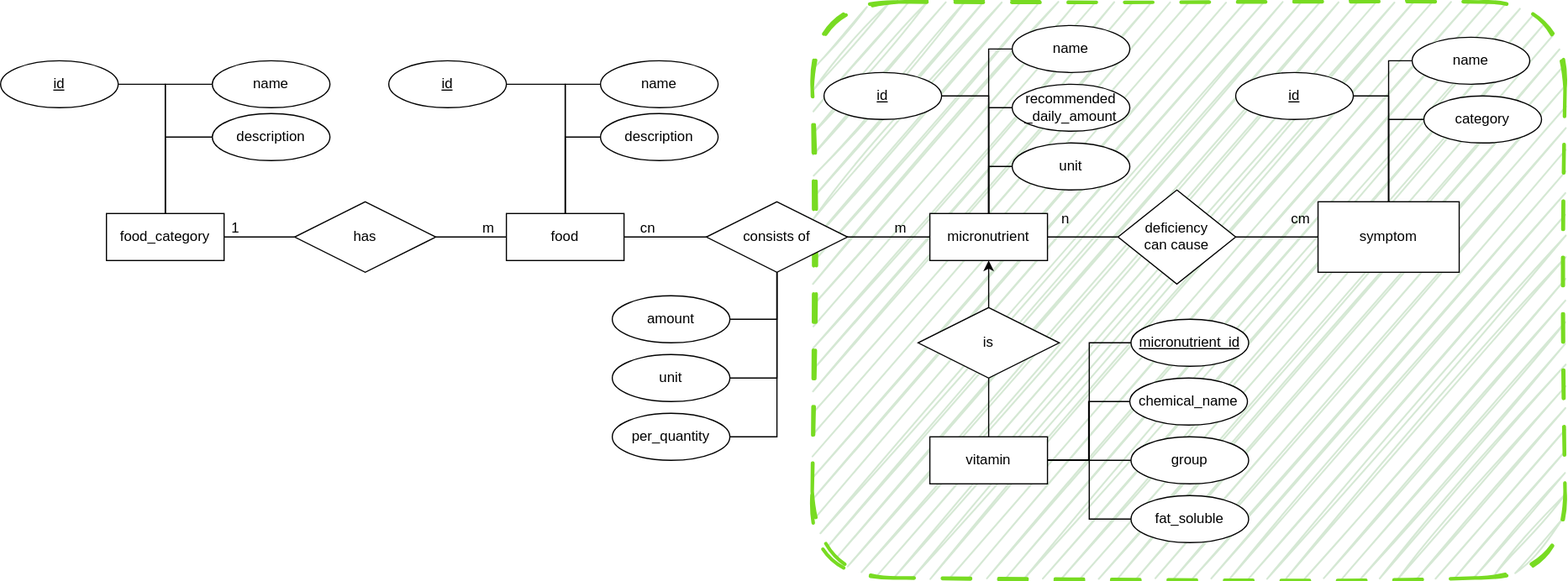
This is assets/data_modelling/micro_nutrition_erm.drawio.svg from taylorPat/micronutrients, a draw.io export, as it was before one commit. Source tidied: cells renumbered, new cells last; positions are measured from the earlier drawing's top-left corner, leaving out a move shared by most shapes. Source of this version:
```xml
<mxGraphModel>
  <root>
    <mxCell id="0" />
    <mxCell id="1" parent="0" />
    <mxCell id="2" style="whiteSpace=wrap;html=1;fillColor=#d5e8d4;dashed=1;dashPattern=8 8;strokeWidth=3;strokeColor=#78DB22;gradientColor=none;glass=0;rounded=1;shadow=0;sketch=1;curveFitting=1;jiggle=2;" parent="1" vertex="1">
      <mxGeometry x="690" width="640" height="490" as="geometry" />
    </mxCell>
    <mxCell id="3" style="edgeStyle=orthogonalEdgeStyle;rounded=0;jettySize=auto;html=1;entryX=0;entryY=0.5;entryDx=0;entryDy=0;endArrow=none;endFill=0;" parent="1" edge="1" source="4" target="13">
      <mxGeometry relative="1" as="geometry" />
    </mxCell>
    <mxCell id="4" value="food" style="whiteSpace=wrap;html=1;align=center;" parent="1" vertex="1">
      <mxGeometry x="430" y="180" width="100" height="40" as="geometry" />
    </mxCell>
    <mxCell id="5" style="edgeStyle=orthogonalEdgeStyle;rounded=0;jettySize=auto;html=1;entryX=0.5;entryY=0;entryDx=0;entryDy=0;exitX=0;exitY=0.5;exitDx=0;exitDy=0;endArrow=none;endFill=0;" parent="1" edge="1" source="6" target="4">
      <mxGeometry relative="1" as="geometry" />
    </mxCell>
    <mxCell id="6" value="name" style="ellipse;whiteSpace=wrap;html=1;align=center;" parent="1" vertex="1">
      <mxGeometry x="510" y="50" width="100" height="40" as="geometry" />
    </mxCell>
    <mxCell id="7" style="edgeStyle=orthogonalEdgeStyle;rounded=0;jettySize=auto;html=1;entryX=0.5;entryY=0;entryDx=0;entryDy=0;exitX=1;exitY=0.5;exitDx=0;exitDy=0;endArrow=none;endFill=0;" parent="1" edge="1" source="8" target="4">
      <mxGeometry relative="1" as="geometry" />
    </mxCell>
    <mxCell id="8" value="id" style="ellipse;whiteSpace=wrap;html=1;align=center;fontStyle=4;" parent="1" vertex="1">
      <mxGeometry x="330" y="50" width="100" height="40" as="geometry" />
    </mxCell>
    <mxCell id="9" style="edgeStyle=orthogonalEdgeStyle;rounded=0;jettySize=auto;html=1;endArrow=none;endFill=0;" parent="1" edge="1" source="10">
      <mxGeometry relative="1" as="geometry">
        <mxPoint x="480" y="180" as="targetPoint" />
      </mxGeometry>
    </mxCell>
    <mxCell id="10" value="description" style="ellipse;whiteSpace=wrap;html=1;align=center;" parent="1" vertex="1">
      <mxGeometry x="510" y="95" width="100" height="40" as="geometry" />
    </mxCell>
    <mxCell id="11" style="edgeStyle=orthogonalEdgeStyle;rounded=0;jettySize=auto;html=1;endArrow=none;endFill=0;" parent="1" edge="1" source="23" target="21">
      <mxGeometry relative="1" as="geometry" />
    </mxCell>
    <mxCell id="12" style="edgeStyle=orthogonalEdgeStyle;rounded=0;jettySize=auto;html=1;endArrow=none;endFill=0;" parent="1" edge="1" source="13" target="55">
      <mxGeometry relative="1" as="geometry" />
    </mxCell>
    <mxCell id="13" value="micronutrient" style="whiteSpace=wrap;html=1;align=center;" parent="1" vertex="1">
      <mxGeometry x="790" y="180" width="100" height="40" as="geometry" />
    </mxCell>
    <mxCell id="14" style="edgeStyle=orthogonalEdgeStyle;rounded=0;jettySize=auto;html=1;exitX=1;exitY=0.5;exitDx=0;exitDy=0;endArrow=none;endFill=0;" parent="1" edge="1" source="15" target="13">
      <mxGeometry relative="1" as="geometry" />
    </mxCell>
    <mxCell id="15" value="id" style="ellipse;whiteSpace=wrap;html=1;align=center;fontStyle=4;" parent="1" vertex="1">
      <mxGeometry x="700" y="60" width="100" height="40" as="geometry" />
    </mxCell>
    <mxCell id="16" style="edgeStyle=orthogonalEdgeStyle;rounded=0;jettySize=auto;html=1;endArrow=none;endFill=0;" parent="1" edge="1" source="17">
      <mxGeometry relative="1" as="geometry">
        <mxPoint x="840" y="180" as="targetPoint" />
      </mxGeometry>
    </mxCell>
    <mxCell id="17" value="name" style="ellipse;whiteSpace=wrap;html=1;align=center;" parent="1" vertex="1">
      <mxGeometry x="860" y="20" width="100" height="40" as="geometry" />
    </mxCell>
    <mxCell id="18" value="m" style="text;html=1;align=center;verticalAlign=middle;strokeColor=none;fillColor=none;" parent="1" vertex="1">
      <mxGeometry x="750" y="178" width="30" height="30" as="geometry" />
    </mxCell>
    <mxCell id="19" value="cn" style="text;html=1;align=center;verticalAlign=middle;strokeColor=none;fillColor=none;" parent="1" vertex="1">
      <mxGeometry x="530" y="178" width="40" height="30" as="geometry" />
    </mxCell>
    <mxCell id="20" value="consists of" style="shape=rhombus;perimeter=rhombusPerimeter;whiteSpace=wrap;html=1;align=center;" parent="1" vertex="1">
      <mxGeometry x="600" y="170" width="120" height="60" as="geometry" />
    </mxCell>
    <mxCell id="21" value="vitamin" style="whiteSpace=wrap;html=1;align=center;" parent="1" vertex="1">
      <mxGeometry x="790" y="370" width="100" height="40" as="geometry" />
    </mxCell>
    <mxCell id="22" style="edgeStyle=orthogonalEdgeStyle;rounded=0;jettySize=auto;html=1;endArrow=none;endFill=0;startArrow=classic;startFill=1;" parent="1" edge="1" source="13" target="23">
      <mxGeometry relative="1" as="geometry" />
    </mxCell>
    <mxCell id="23" value="is" style="shape=rhombus;perimeter=rhombusPerimeter;whiteSpace=wrap;html=1;align=center;" parent="1" vertex="1">
      <mxGeometry x="780" y="260" width="120" height="60" as="geometry" />
    </mxCell>
    <mxCell id="24" style="edgeStyle=orthogonalEdgeStyle;rounded=0;jettySize=auto;html=1;entryX=1;entryY=0.5;entryDx=0;entryDy=0;endArrow=none;endFill=0;" parent="1" edge="1" source="25" target="21">
      <mxGeometry relative="1" as="geometry" />
    </mxCell>
    <mxCell id="25" value="micronutrient_id" style="ellipse;whiteSpace=wrap;html=1;align=center;fontStyle=4;" parent="1" vertex="1">
      <mxGeometry x="961" y="270" width="100" height="40" as="geometry" />
    </mxCell>
    <mxCell id="26" style="edgeStyle=orthogonalEdgeStyle;rounded=0;jettySize=auto;html=1;endArrow=none;endFill=0;entryX=1;entryY=0.5;entryDx=0;entryDy=0;" parent="1" edge="1" source="27" target="21">
      <mxGeometry relative="1" as="geometry" />
    </mxCell>
    <mxCell id="27" value="group" style="ellipse;whiteSpace=wrap;html=1;align=center;" parent="1" vertex="1">
      <mxGeometry x="961" y="370" width="100" height="40" as="geometry" />
    </mxCell>
    <mxCell id="28" style="edgeStyle=orthogonalEdgeStyle;rounded=0;jettySize=auto;html=1;entryX=0.5;entryY=1;entryDx=0;entryDy=0;exitX=1;exitY=0.5;exitDx=0;exitDy=0;endArrow=none;endFill=0;" parent="1" edge="1" source="29" target="20">
      <mxGeometry relative="1" as="geometry" />
    </mxCell>
    <mxCell id="29" value="amount" style="ellipse;whiteSpace=wrap;html=1;align=center;" parent="1" vertex="1">
      <mxGeometry x="520" y="250" width="100" height="40" as="geometry" />
    </mxCell>
    <mxCell id="30" style="edgeStyle=orthogonalEdgeStyle;rounded=0;jettySize=auto;html=1;entryX=0.5;entryY=1;entryDx=0;entryDy=0;exitX=1;exitY=0.5;exitDx=0;exitDy=0;endArrow=none;endFill=0;" parent="1" edge="1" source="31" target="20">
      <mxGeometry relative="1" as="geometry" />
    </mxCell>
    <mxCell id="31" value="unit" style="ellipse;whiteSpace=wrap;html=1;align=center;" parent="1" vertex="1">
      <mxGeometry x="520" y="300" width="100" height="40" as="geometry" />
    </mxCell>
    <mxCell id="32" style="edgeStyle=orthogonalEdgeStyle;rounded=0;jettySize=auto;html=1;entryX=0.5;entryY=1;entryDx=0;entryDy=0;exitX=1;exitY=0.5;exitDx=0;exitDy=0;endArrow=none;endFill=0;" parent="1" edge="1" source="33" target="20">
      <mxGeometry relative="1" as="geometry" />
    </mxCell>
    <mxCell id="33" value="per_quantity" style="ellipse;whiteSpace=wrap;html=1;align=center;" parent="1" vertex="1">
      <mxGeometry x="520" y="350" width="100" height="40" as="geometry" />
    </mxCell>
    <mxCell id="34" style="edgeStyle=orthogonalEdgeStyle;rounded=0;jettySize=auto;html=1;entryX=0;entryY=0.5;entryDx=0;entryDy=0;endArrow=none;endFill=0;" parent="1" edge="1" source="40" target="4">
      <mxGeometry relative="1" as="geometry" />
    </mxCell>
    <mxCell id="35" style="edgeStyle=orthogonalEdgeStyle;rounded=0;jettySize=auto;html=1;entryX=1;entryY=0.5;entryDx=0;entryDy=0;endArrow=none;endFill=0;" parent="1" edge="1" source="36" target="21">
      <mxGeometry relative="1" as="geometry" />
    </mxCell>
    <mxCell id="36" value="chemical_name" style="ellipse;whiteSpace=wrap;html=1;align=center;" parent="1" vertex="1">
      <mxGeometry x="960" y="320" width="100" height="40" as="geometry" />
    </mxCell>
    <mxCell id="37" style="edgeStyle=orthogonalEdgeStyle;rounded=0;jettySize=auto;html=1;entryX=1;entryY=0.5;entryDx=0;entryDy=0;endArrow=none;endFill=0;" parent="1" edge="1" source="38" target="21">
      <mxGeometry relative="1" as="geometry" />
    </mxCell>
    <mxCell id="38" value="fat_soluble" style="ellipse;whiteSpace=wrap;html=1;align=center;" parent="1" vertex="1">
      <mxGeometry x="961" y="420" width="100" height="40" as="geometry" />
    </mxCell>
    <mxCell id="39" style="edgeStyle=orthogonalEdgeStyle;rounded=0;jettySize=auto;html=1;endArrow=none;endFill=0;" parent="1" edge="1" source="40" target="43">
      <mxGeometry relative="1" as="geometry" />
    </mxCell>
    <mxCell id="40" value="has" style="shape=rhombus;perimeter=rhombusPerimeter;whiteSpace=wrap;html=1;align=center;" parent="1" vertex="1">
      <mxGeometry x="250" y="170" width="120" height="60" as="geometry" />
    </mxCell>
    <mxCell id="41" value="1" style="text;html=1;whiteSpace=wrap;strokeColor=none;fillColor=none;align=center;verticalAlign=middle;rounded=0;" parent="1" vertex="1">
      <mxGeometry x="170" y="178" width="60" height="30" as="geometry" />
    </mxCell>
    <mxCell id="42" value="m" style="text;html=1;whiteSpace=wrap;strokeColor=none;fillColor=none;align=center;verticalAlign=middle;rounded=0;" parent="1" vertex="1">
      <mxGeometry x="385" y="178" width="60" height="30" as="geometry" />
    </mxCell>
    <mxCell id="43" value="food_category" style="whiteSpace=wrap;html=1;" parent="1" vertex="1">
      <mxGeometry x="90" y="180" width="100" height="40" as="geometry" />
    </mxCell>
    <mxCell id="44" style="edgeStyle=orthogonalEdgeStyle;rounded=0;jettySize=auto;html=1;entryX=0.5;entryY=0;entryDx=0;entryDy=0;exitX=0;exitY=0.5;exitDx=0;exitDy=0;endArrow=none;endFill=0;" parent="1" edge="1" source="45" target="43">
      <mxGeometry relative="1" as="geometry" />
    </mxCell>
    <mxCell id="45" value="name" style="ellipse;whiteSpace=wrap;html=1;align=center;" parent="1" vertex="1">
      <mxGeometry x="180" y="50" width="100" height="40" as="geometry" />
    </mxCell>
    <mxCell id="46" style="edgeStyle=orthogonalEdgeStyle;rounded=0;jettySize=auto;html=1;exitX=1;exitY=0.5;exitDx=0;exitDy=0;endArrow=none;endFill=0;" parent="1" edge="1" source="47" target="43">
      <mxGeometry relative="1" as="geometry" />
    </mxCell>
    <mxCell id="47" value="id" style="ellipse;whiteSpace=wrap;html=1;align=center;fontStyle=4;" parent="1" vertex="1">
      <mxGeometry y="50" width="100" height="40" as="geometry" />
    </mxCell>
    <mxCell id="48" style="edgeStyle=orthogonalEdgeStyle;rounded=0;jettySize=auto;html=1;exitX=0;exitY=0.5;exitDx=0;exitDy=0;endArrow=none;endFill=0;" parent="1" edge="1" source="49" target="43">
      <mxGeometry relative="1" as="geometry" />
    </mxCell>
    <mxCell id="49" value="description" style="ellipse;whiteSpace=wrap;html=1;align=center;" parent="1" vertex="1">
      <mxGeometry x="180" y="95" width="100" height="40" as="geometry" />
    </mxCell>
    <mxCell id="50" style="edgeStyle=orthogonalEdgeStyle;rounded=0;jettySize=auto;html=1;entryX=0.5;entryY=0;entryDx=0;entryDy=0;exitX=0;exitY=0.5;exitDx=0;exitDy=0;endArrow=none;endFill=0;" parent="1" edge="1" source="51" target="13">
      <mxGeometry relative="1" as="geometry" />
    </mxCell>
    <mxCell id="51" value="recommended&lt;br&gt;_daily_amount" style="ellipse;whiteSpace=wrap;html=1;align=center;" parent="1" vertex="1">
      <mxGeometry x="860" y="70" width="100" height="40" as="geometry" />
    </mxCell>
    <mxCell id="52" style="edgeStyle=orthogonalEdgeStyle;rounded=0;jettySize=auto;html=1;entryX=0.5;entryY=0;entryDx=0;entryDy=0;exitX=0;exitY=0.5;exitDx=0;exitDy=0;endArrow=none;endFill=0;" parent="1" edge="1" source="53" target="13">
      <mxGeometry relative="1" as="geometry" />
    </mxCell>
    <mxCell id="53" value="unit" style="ellipse;whiteSpace=wrap;html=1;align=center;" parent="1" vertex="1">
      <mxGeometry x="860" y="120" width="100" height="40" as="geometry" />
    </mxCell>
    <mxCell id="54" style="edgeStyle=orthogonalEdgeStyle;rounded=0;jettySize=auto;html=1;endArrow=none;endFill=0;" parent="1" edge="1" source="55" target="56">
      <mxGeometry relative="1" as="geometry" />
    </mxCell>
    <mxCell id="55" value="deficiency can cause" style="rhombus;whiteSpace=wrap;html=1;shapeInside=1;" parent="1" vertex="1">
      <mxGeometry x="950" y="160" width="100" height="80" as="geometry" />
    </mxCell>
    <mxCell id="56" value="symptom" style="whiteSpace=wrap;html=1;" parent="1" vertex="1">
      <mxGeometry x="1120" y="170" width="120" height="60" as="geometry" />
    </mxCell>
    <mxCell id="57" style="edgeStyle=orthogonalEdgeStyle;rounded=0;jettySize=auto;html=1;endArrow=none;endFill=0;exitX=1;exitY=0.5;exitDx=0;exitDy=0;" parent="1" edge="1" source="58" target="56">
      <mxGeometry relative="1" as="geometry" />
    </mxCell>
    <mxCell id="58" value="id" style="ellipse;whiteSpace=wrap;html=1;align=center;fontStyle=4;" parent="1" vertex="1">
      <mxGeometry x="1050" y="60" width="100" height="40" as="geometry" />
    </mxCell>
    <mxCell id="59" style="edgeStyle=orthogonalEdgeStyle;rounded=0;jettySize=auto;html=1;entryX=0.5;entryY=0;entryDx=0;entryDy=0;exitX=0;exitY=0.5;exitDx=0;exitDy=0;endArrow=none;endFill=0;" parent="1" edge="1" source="60" target="56">
      <mxGeometry relative="1" as="geometry" />
    </mxCell>
    <mxCell id="60" value="name" style="ellipse;whiteSpace=wrap;html=1;align=center;" parent="1" vertex="1">
      <mxGeometry x="1200" y="30" width="100" height="40" as="geometry" />
    </mxCell>
    <mxCell id="61" style="edgeStyle=orthogonalEdgeStyle;rounded=0;jettySize=auto;html=1;entryX=0.5;entryY=0;entryDx=0;entryDy=0;endArrow=none;endFill=0;exitX=0;exitY=0.5;exitDx=0;exitDy=0;" parent="1" edge="1" source="62" target="56">
      <mxGeometry relative="1" as="geometry" />
    </mxCell>
    <mxCell id="62" value="category" style="ellipse;whiteSpace=wrap;html=1;align=center;" parent="1" vertex="1">
      <mxGeometry x="1210" y="80" width="100" height="40" as="geometry" />
    </mxCell>
    <mxCell id="63" value="cm" style="text;html=1;align=center;verticalAlign=middle;strokeColor=none;fillColor=none;" parent="1" vertex="1">
      <mxGeometry x="1085" y="170" width="40" height="30" as="geometry" />
    </mxCell>
    <mxCell id="64" value="n" style="text;html=1;align=center;verticalAlign=middle;strokeColor=none;fillColor=none;" parent="1" vertex="1">
      <mxGeometry x="890" y="170" width="30" height="30" as="geometry" />
    </mxCell>
  </root>
</mxGraphModel>
```
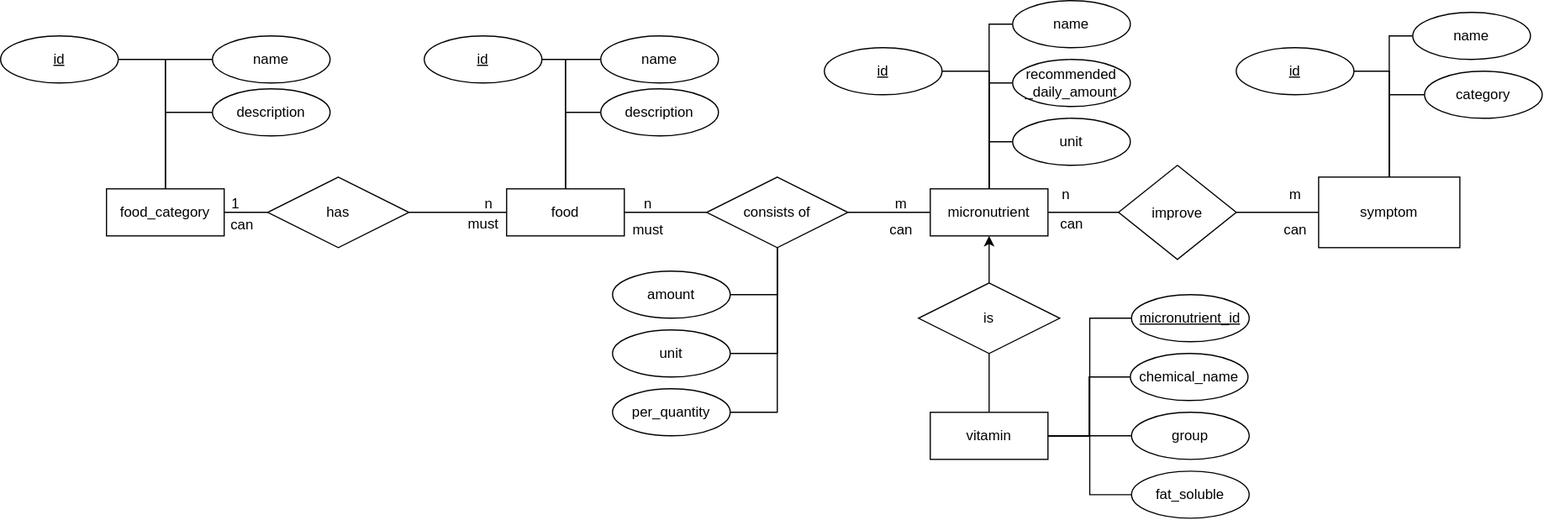
The same file after the commit.

Commit message:
feat: update drawio and add relation modell

Diff of the diagram source:
```diff
@@ -2,9 +2,6 @@
   <root>
     <mxCell id="0" />
     <mxCell id="1" parent="0" />
-    <mxCell id="2" style="whiteSpace=wrap;html=1;fillColor=#d5e8d4;dashed=1;dashPattern=8 8;strokeWidth=3;strokeColor=#78DB22;gradientColor=none;glass=0;rounded=1;shadow=0;sketch=1;curveFitting=1;jiggle=2;" parent="1" vertex="1">
-      <mxGeometry x="690" width="640" height="490" as="geometry" />
-    </mxCell>
     <mxCell id="3" style="edgeStyle=orthogonalEdgeStyle;rounded=0;jettySize=auto;html=1;entryX=0;entryY=0.5;entryDx=0;entryDy=0;endArrow=none;endFill=0;" parent="1" edge="1" source="4" target="13">
       <mxGeometry relative="1" as="geometry" />
     </mxCell>
@@ -21,7 +18,7 @@
       <mxGeometry relative="1" as="geometry" />
     </mxCell>
     <mxCell id="8" value="id" style="ellipse;whiteSpace=wrap;html=1;align=center;fontStyle=4;" parent="1" vertex="1">
-      <mxGeometry x="330" y="50" width="100" height="40" as="geometry" />
+      <mxGeometry x="360" y="50" width="100" height="40" as="geometry" />
     </mxCell>
     <mxCell id="9" style="edgeStyle=orthogonalEdgeStyle;rounded=0;jettySize=auto;html=1;endArrow=none;endFill=0;" parent="1" edge="1" source="10">
       <mxGeometry relative="1" as="geometry">
@@ -57,8 +54,8 @@
     <mxCell id="18" value="m" style="text;html=1;align=center;verticalAlign=middle;strokeColor=none;fillColor=none;" parent="1" vertex="1">
       <mxGeometry x="750" y="178" width="30" height="30" as="geometry" />
     </mxCell>
-    <mxCell id="19" value="cn" style="text;html=1;align=center;verticalAlign=middle;strokeColor=none;fillColor=none;" parent="1" vertex="1">
-      <mxGeometry x="530" y="178" width="40" height="30" as="geometry" />
+    <mxCell id="19" value="n" style="text;html=1;align=center;verticalAlign=middle;strokeColor=none;fillColor=none;" parent="1" vertex="1">
+      <mxGeometry x="535" y="178" width="30" height="30" as="geometry" />
     </mxCell>
     <mxCell id="20" value="consists of" style="shape=rhombus;perimeter=rhombusPerimeter;whiteSpace=wrap;html=1;align=center;" parent="1" vertex="1">
       <mxGeometry x="600" y="170" width="120" height="60" as="geometry" />
@@ -121,12 +118,12 @@
       <mxGeometry relative="1" as="geometry" />
     </mxCell>
     <mxCell id="40" value="has" style="shape=rhombus;perimeter=rhombusPerimeter;whiteSpace=wrap;html=1;align=center;" parent="1" vertex="1">
-      <mxGeometry x="250" y="170" width="120" height="60" as="geometry" />
+      <mxGeometry x="227" y="170" width="120" height="60" as="geometry" />
     </mxCell>
     <mxCell id="41" value="1" style="text;html=1;whiteSpace=wrap;strokeColor=none;fillColor=none;align=center;verticalAlign=middle;rounded=0;" parent="1" vertex="1">
       <mxGeometry x="170" y="178" width="60" height="30" as="geometry" />
     </mxCell>
-    <mxCell id="42" value="m" style="text;html=1;whiteSpace=wrap;strokeColor=none;fillColor=none;align=center;verticalAlign=middle;rounded=0;" parent="1" vertex="1">
+    <mxCell id="42" value="n" style="text;html=1;whiteSpace=wrap;strokeColor=none;fillColor=none;align=center;verticalAlign=middle;rounded=0;" parent="1" vertex="1">
       <mxGeometry x="385" y="178" width="60" height="30" as="geometry" />
     </mxCell>
     <mxCell id="43" value="food_category" style="whiteSpace=wrap;html=1;" parent="1" vertex="1">
@@ -165,7 +162,7 @@
     <mxCell id="54" style="edgeStyle=orthogonalEdgeStyle;rounded=0;jettySize=auto;html=1;endArrow=none;endFill=0;" parent="1" edge="1" source="55" target="56">
       <mxGeometry relative="1" as="geometry" />
     </mxCell>
-    <mxCell id="55" value="deficiency can cause" style="rhombus;whiteSpace=wrap;html=1;shapeInside=1;" parent="1" vertex="1">
+    <mxCell id="55" value="improve" style="rhombus;whiteSpace=wrap;html=1;shapeInside=1;" parent="1" vertex="1">
       <mxGeometry x="950" y="160" width="100" height="80" as="geometry" />
     </mxCell>
     <mxCell id="56" value="symptom" style="whiteSpace=wrap;html=1;" parent="1" vertex="1">
@@ -189,11 +186,29 @@
     <mxCell id="62" value="category" style="ellipse;whiteSpace=wrap;html=1;align=center;" parent="1" vertex="1">
       <mxGeometry x="1210" y="80" width="100" height="40" as="geometry" />
     </mxCell>
-    <mxCell id="63" value="cm" style="text;html=1;align=center;verticalAlign=middle;strokeColor=none;fillColor=none;" parent="1" vertex="1">
-      <mxGeometry x="1085" y="170" width="40" height="30" as="geometry" />
+    <mxCell id="63" value="m" style="text;html=1;align=center;verticalAlign=middle;strokeColor=none;fillColor=none;" parent="1" vertex="1">
+      <mxGeometry x="1085" y="170" width="30" height="30" as="geometry" />
     </mxCell>
     <mxCell id="64" value="n" style="text;html=1;align=center;verticalAlign=middle;strokeColor=none;fillColor=none;" parent="1" vertex="1">
       <mxGeometry x="890" y="170" width="30" height="30" as="geometry" />
     </mxCell>
+    <mxCell id="65" value="can" style="text;html=1;align=center;verticalAlign=middle;strokeColor=none;fillColor=none;" parent="1" vertex="1">
+      <mxGeometry x="890" y="195" width="40" height="30" as="geometry" />
+    </mxCell>
+    <mxCell id="66" value="can" style="text;html=1;align=center;verticalAlign=middle;strokeColor=none;fillColor=none;" parent="1" vertex="1">
+      <mxGeometry x="1080" y="200" width="40" height="30" as="geometry" />
+    </mxCell>
+    <mxCell id="67" value="must" style="text;html=1;align=center;verticalAlign=middle;strokeColor=none;fillColor=none;" parent="1" vertex="1">
+      <mxGeometry x="525" y="200" width="50" height="30" as="geometry" />
+    </mxCell>
+    <mxCell id="68" value="can" style="text;html=1;align=center;verticalAlign=middle;strokeColor=none;fillColor=none;" parent="1" vertex="1">
+      <mxGeometry x="745" y="200" width="40" height="30" as="geometry" />
+    </mxCell>
+    <mxCell id="69" value="must" style="text;html=1;align=center;verticalAlign=middle;strokeColor=none;fillColor=none;" parent="1" vertex="1">
+      <mxGeometry x="385" y="195" width="50" height="30" as="geometry" />
+    </mxCell>
+    <mxCell id="70" value="can" style="text;html=1;align=center;verticalAlign=middle;strokeColor=none;fillColor=none;" parent="1" vertex="1">
+      <mxGeometry x="185" y="196" width="40" height="30" as="geometry" />
+    </mxCell>
   </root>
 </mxGraphModel>
```
